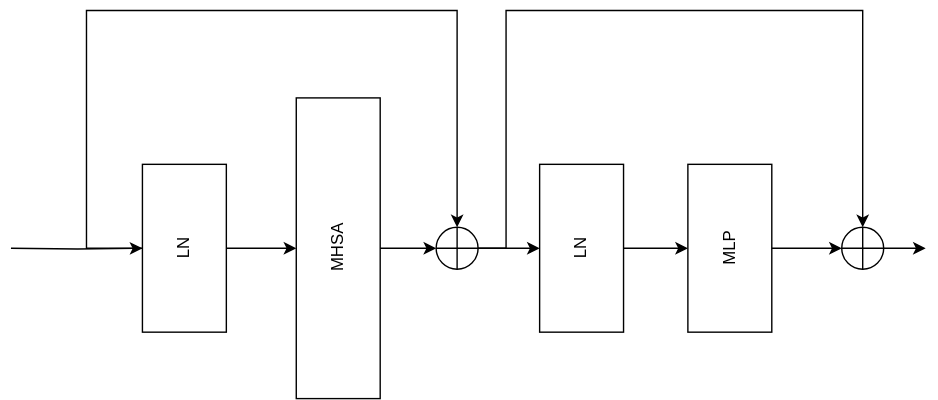
Before: 图像/mhsa.svg, a diagram exported from draw.io (RebornForPower/graduate-papers). Source tidied: cells renumbered, new cells last; positions are measured from the earlier drawing's top-left corner, leaving out a move shared by most shapes. The source it was exported from:
```xml
<mxGraphModel>
  <root>
    <mxCell id="0" />
    <mxCell id="1" parent="0" />
    <mxCell id="2" style="group;" parent="1" vertex="1">
      <mxGeometry width="654" height="277.5" as="geometry" />
    </mxCell>
    <mxCell id="3" value="LN" style="rounded=0;whiteSpace=wrap;html=1;rotation=-90;direction=west;" parent="2" vertex="1">
      <mxGeometry x="64" y="140" width="120" height="60" as="geometry" />
    </mxCell>
    <mxCell id="4" value="MHSA" style="rounded=0;whiteSpace=wrap;html=1;rotation=-90;direction=west;" parent="2" vertex="1">
      <mxGeometry x="126.5" y="140" width="215" height="60" as="geometry" />
    </mxCell>
    <mxCell id="5" style="edgeStyle=orthogonalEdgeStyle;rounded=0;jettySize=auto;html=1;exitX=0.5;exitY=0;exitDx=0;exitDy=0;entryX=0.5;entryY=1;entryDx=0;entryDy=0;" parent="2" edge="1" source="3" target="4">
      <mxGeometry relative="1" as="geometry" />
    </mxCell>
    <mxCell id="6" style="verticalLabelPosition=bottom;verticalAlign=top;html=1;shape=mxgraph.flowchart.summing_function;" parent="2" vertex="1">
      <mxGeometry x="304" y="155" width="30" height="30" as="geometry" />
    </mxCell>
    <mxCell id="7" style="edgeStyle=orthogonalEdgeStyle;rounded=0;jettySize=auto;html=1;exitX=0.5;exitY=0;exitDx=0;exitDy=0;entryX=0;entryY=0.5;entryDx=0;entryDy=0;entryPerimeter=0;" parent="2" edge="1" source="4" target="6">
      <mxGeometry relative="1" as="geometry" />
    </mxCell>
    <mxCell id="8" value="LN" style="rounded=0;whiteSpace=wrap;html=1;rotation=-90;direction=west;" parent="2" vertex="1">
      <mxGeometry x="348" y="140" width="120" height="60" as="geometry" />
    </mxCell>
    <mxCell id="9" style="edgeStyle=orthogonalEdgeStyle;rounded=0;jettySize=auto;html=1;exitX=1;exitY=0.5;exitDx=0;exitDy=0;exitPerimeter=0;entryX=0.5;entryY=1;entryDx=0;entryDy=0;" parent="2" edge="1" source="6" target="8">
      <mxGeometry relative="1" as="geometry" />
    </mxCell>
    <mxCell id="10" value="MLP" style="rounded=0;whiteSpace=wrap;html=1;rotation=-90;direction=west;" parent="2" vertex="1">
      <mxGeometry x="454" y="140" width="120" height="60" as="geometry" />
    </mxCell>
    <mxCell id="11" style="edgeStyle=orthogonalEdgeStyle;rounded=0;jettySize=auto;html=1;" parent="2" edge="1" source="12">
      <mxGeometry relative="1" as="geometry">
        <mxPoint x="654" y="170" as="targetPoint" />
      </mxGeometry>
    </mxCell>
    <mxCell id="12" style="verticalLabelPosition=bottom;verticalAlign=top;html=1;shape=mxgraph.flowchart.summing_function;" parent="2" vertex="1">
      <mxGeometry x="594" y="155" width="30" height="30" as="geometry" />
    </mxCell>
    <mxCell id="13" style="edgeStyle=orthogonalEdgeStyle;rounded=0;jettySize=auto;html=1;entryX=0;entryY=0.5;entryDx=0;entryDy=0;entryPerimeter=0;" parent="2" edge="1" source="10" target="12">
      <mxGeometry relative="1" as="geometry" />
    </mxCell>
    <mxCell id="14" style="edgeStyle=orthogonalEdgeStyle;rounded=0;jettySize=auto;html=1;entryX=0.5;entryY=1;entryDx=0;entryDy=0;" parent="2" edge="1" target="3">
      <mxGeometry relative="1" as="geometry">
        <mxPoint y="170" as="sourcePoint" />
      </mxGeometry>
    </mxCell>
    <mxCell id="15" style="edgeStyle=orthogonalEdgeStyle;rounded=0;jettySize=auto;html=1;exitX=0.5;exitY=0;exitDx=0;exitDy=0;entryX=0.5;entryY=1;entryDx=0;entryDy=0;" parent="2" edge="1" source="8" target="10">
      <mxGeometry relative="1" as="geometry" />
    </mxCell>
    <mxCell id="16" style="edgeStyle=orthogonalEdgeStyle;rounded=0;jettySize=auto;html=1;entryX=0.5;entryY=0;entryDx=0;entryDy=0;entryPerimeter=0;" parent="2" edge="1" source="3" target="6">
      <mxGeometry relative="1" as="geometry">
        <Array as="points">
          <mxPoint x="54" y="170" />
          <mxPoint x="54" />
          <mxPoint x="319" />
        </Array>
      </mxGeometry>
    </mxCell>
    <mxCell id="17" style="edgeStyle=orthogonalEdgeStyle;rounded=0;jettySize=auto;html=1;entryX=0.5;entryY=0;entryDx=0;entryDy=0;entryPerimeter=0;" parent="2" edge="1" source="6" target="12">
      <mxGeometry relative="1" as="geometry">
        <Array as="points">
          <mxPoint x="354" y="170" />
          <mxPoint x="354" />
          <mxPoint x="609" />
        </Array>
      </mxGeometry>
    </mxCell>
  </root>
</mxGraphModel>
```
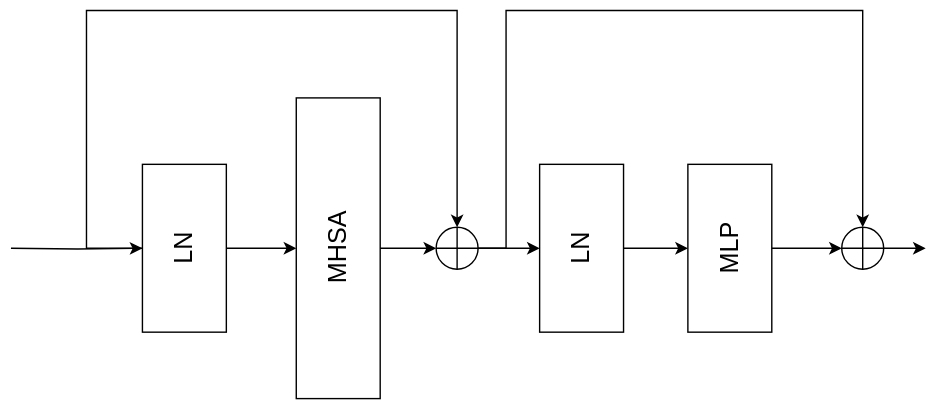
After the commit.

The edit, as a diff of the source:
```diff
@@ -5,10 +5,10 @@
     <mxCell id="2" style="group;" parent="1" vertex="1">
       <mxGeometry width="654" height="277.5" as="geometry" />
     </mxCell>
-    <mxCell id="3" value="LN" style="rounded=0;whiteSpace=wrap;html=1;rotation=-90;direction=west;" parent="2" vertex="1">
+    <mxCell id="3" value="&lt;font style=&quot;font-size: 18px;&quot;&gt;LN&lt;/font&gt;" style="rounded=0;whiteSpace=wrap;html=1;rotation=-90;direction=west;" parent="2" vertex="1">
       <mxGeometry x="64" y="140" width="120" height="60" as="geometry" />
     </mxCell>
-    <mxCell id="4" value="MHSA" style="rounded=0;whiteSpace=wrap;html=1;rotation=-90;direction=west;" parent="2" vertex="1">
+    <mxCell id="4" value="&lt;font style=&quot;font-size: 18px;&quot;&gt;MHSA&lt;/font&gt;" style="rounded=0;whiteSpace=wrap;html=1;rotation=-90;direction=west;" parent="2" vertex="1">
       <mxGeometry x="126.5" y="140" width="215" height="60" as="geometry" />
     </mxCell>
     <mxCell id="5" style="edgeStyle=orthogonalEdgeStyle;rounded=0;jettySize=auto;html=1;exitX=0.5;exitY=0;exitDx=0;exitDy=0;entryX=0.5;entryY=1;entryDx=0;entryDy=0;" parent="2" edge="1" source="3" target="4">
@@ -20,13 +20,13 @@
     <mxCell id="7" style="edgeStyle=orthogonalEdgeStyle;rounded=0;jettySize=auto;html=1;exitX=0.5;exitY=0;exitDx=0;exitDy=0;entryX=0;entryY=0.5;entryDx=0;entryDy=0;entryPerimeter=0;" parent="2" edge="1" source="4" target="6">
       <mxGeometry relative="1" as="geometry" />
     </mxCell>
-    <mxCell id="8" value="LN" style="rounded=0;whiteSpace=wrap;html=1;rotation=-90;direction=west;" parent="2" vertex="1">
+    <mxCell id="8" value="&lt;font style=&quot;font-size: 18px;&quot;&gt;LN&lt;/font&gt;" style="rounded=0;whiteSpace=wrap;html=1;rotation=-90;direction=west;" parent="2" vertex="1">
       <mxGeometry x="348" y="140" width="120" height="60" as="geometry" />
     </mxCell>
     <mxCell id="9" style="edgeStyle=orthogonalEdgeStyle;rounded=0;jettySize=auto;html=1;exitX=1;exitY=0.5;exitDx=0;exitDy=0;exitPerimeter=0;entryX=0.5;entryY=1;entryDx=0;entryDy=0;" parent="2" edge="1" source="6" target="8">
       <mxGeometry relative="1" as="geometry" />
     </mxCell>
-    <mxCell id="10" value="MLP" style="rounded=0;whiteSpace=wrap;html=1;rotation=-90;direction=west;" parent="2" vertex="1">
+    <mxCell id="10" value="&lt;font style=&quot;font-size: 18px;&quot;&gt;MLP&lt;/font&gt;" style="rounded=0;whiteSpace=wrap;html=1;rotation=-90;direction=west;" parent="2" vertex="1">
       <mxGeometry x="454" y="140" width="120" height="60" as="geometry" />
     </mxCell>
     <mxCell id="11" style="edgeStyle=orthogonalEdgeStyle;rounded=0;jettySize=auto;html=1;" parent="2" edge="1" source="12">
```
